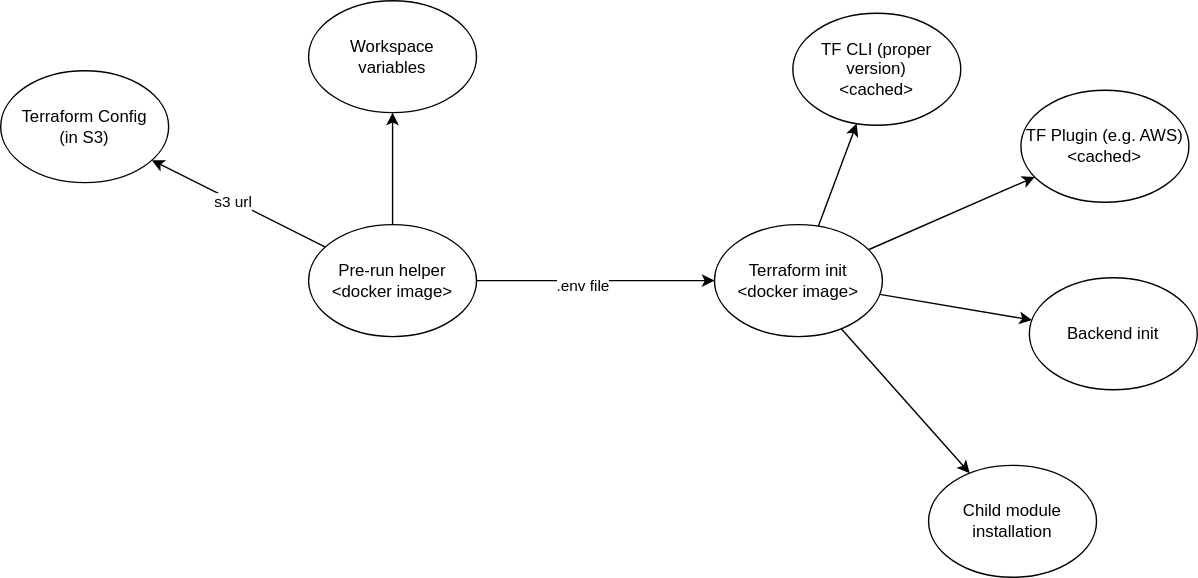
Before: design.drawio.svg, a diagram exported from draw.io (tbriot/tfc-clone). Source tidied: cells renumbered, new cells last; positions are measured from the earlier drawing's top-left corner, leaving out a move shared by most shapes. The source it was exported from:
```xml
<mxGraphModel>
  <root>
    <mxCell id="0" />
    <mxCell id="1" parent="0" />
    <mxCell id="2" style="edgeStyle=none;html=1;" parent="1" edge="1" source="6" target="15">
      <mxGeometry relative="1" as="geometry" />
    </mxCell>
    <mxCell id="3" style="edgeStyle=none;html=1;" parent="1" edge="1" source="6" target="16">
      <mxGeometry relative="1" as="geometry" />
    </mxCell>
    <mxCell id="4" style="edgeStyle=none;html=1;" parent="1" edge="1" source="6" target="17">
      <mxGeometry relative="1" as="geometry" />
    </mxCell>
    <mxCell id="5" style="edgeStyle=none;html=1;" parent="1" edge="1" source="6" target="18">
      <mxGeometry relative="1" as="geometry" />
    </mxCell>
    <mxCell id="6" value="Terraform init&lt;br&gt;&amp;lt;docker image&amp;gt;" style="ellipse;whiteSpace=wrap;html=1;" parent="1" vertex="1">
      <mxGeometry x="510" y="160" width="120" height="80" as="geometry" />
    </mxCell>
    <mxCell id="7" style="edgeStyle=none;html=1;" parent="1" edge="1" source="12" target="13">
      <mxGeometry relative="1" as="geometry" />
    </mxCell>
    <mxCell id="8" style="edgeStyle=none;html=1;" parent="1" edge="1" source="12" target="14">
      <mxGeometry relative="1" as="geometry" />
    </mxCell>
    <mxCell id="9" value="s3 url" style="edgeLabel;html=1;align=center;verticalAlign=middle;" parent="8" vertex="1">
      <mxGeometry x="0.06" y="1" relative="1" as="geometry" />
    </mxCell>
    <mxCell id="10" style="edgeStyle=none;html=1;entryX=0;entryY=0.5;entryDx=0;entryDy=0;" parent="1" edge="1" source="12" target="6">
      <mxGeometry relative="1" as="geometry" />
    </mxCell>
    <mxCell id="11" value=".env file" style="edgeLabel;html=1;align=center;verticalAlign=middle;" parent="10" vertex="1">
      <mxGeometry x="-0.11" y="-3" relative="1" as="geometry" />
    </mxCell>
    <mxCell id="12" value="Pre-run helper&lt;br&gt;&amp;lt;docker image&amp;gt;" style="ellipse;whiteSpace=wrap;html=1;" parent="1" vertex="1">
      <mxGeometry x="220" y="160" width="120" height="80" as="geometry" />
    </mxCell>
    <mxCell id="13" value="Workspace&lt;br&gt;variables" style="ellipse;whiteSpace=wrap;html=1;" parent="1" vertex="1">
      <mxGeometry x="220" width="120" height="80" as="geometry" />
    </mxCell>
    <mxCell id="14" value="Terraform Config&lt;br&gt;(in S3)" style="ellipse;whiteSpace=wrap;html=1;" parent="1" vertex="1">
      <mxGeometry y="50" width="120" height="80" as="geometry" />
    </mxCell>
    <mxCell id="15" value="TF Plugin (e.g. AWS)&lt;br&gt;&amp;lt;cached&amp;gt;" style="ellipse;whiteSpace=wrap;html=1;" parent="1" vertex="1">
      <mxGeometry x="729" y="64" width="120" height="80" as="geometry" />
    </mxCell>
    <mxCell id="16" value="TF CLI (proper version)&lt;br&gt;&amp;lt;cached&amp;gt;" style="ellipse;whiteSpace=wrap;html=1;" parent="1" vertex="1">
      <mxGeometry x="566" y="9" width="120" height="80" as="geometry" />
    </mxCell>
    <mxCell id="17" value="Backend init" style="ellipse;whiteSpace=wrap;html=1;" parent="1" vertex="1">
      <mxGeometry x="735" y="198" width="120" height="80" as="geometry" />
    </mxCell>
    <mxCell id="18" value="Child module installation" style="ellipse;whiteSpace=wrap;html=1;" parent="1" vertex="1">
      <mxGeometry x="663" y="332" width="120" height="80" as="geometry" />
    </mxCell>
  </root>
</mxGraphModel>
```
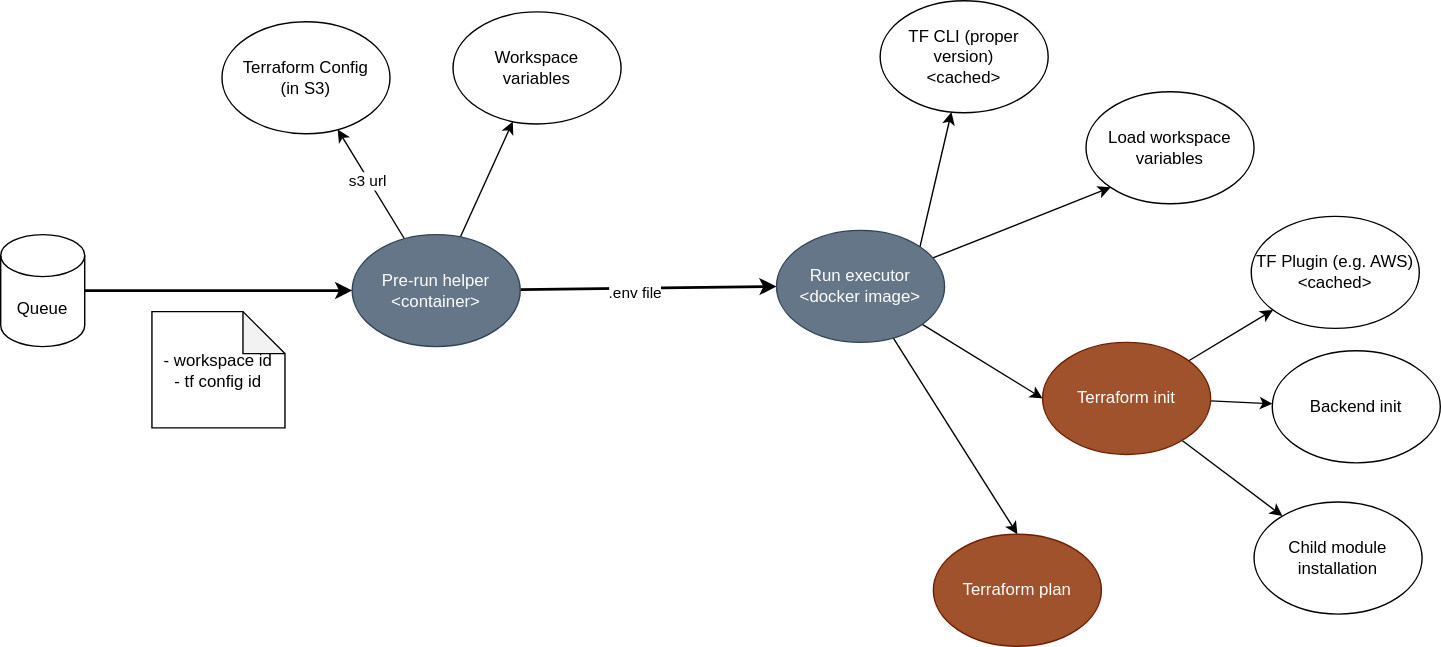
Above is the later version.

Commit message:
Update design graph with messaging details

Diff of the diagram source:
```diff
@@ -5,7 +5,7 @@
     <mxCell id="2" style="edgeStyle=none;html=1;" parent="1" edge="1" source="6" target="15">
       <mxGeometry relative="1" as="geometry" />
     </mxCell>
-    <mxCell id="3" style="edgeStyle=none;html=1;" parent="1" edge="1" source="6" target="16">
+    <mxCell id="3" style="edgeStyle=none;html=1;exitX=1;exitY=0;exitDx=0;exitDy=0;" parent="1" edge="1" source="22" target="16">
       <mxGeometry relative="1" as="geometry" />
     </mxCell>
     <mxCell id="4" style="edgeStyle=none;html=1;" parent="1" edge="1" source="6" target="17">
@@ -14,8 +14,8 @@
     <mxCell id="5" style="edgeStyle=none;html=1;" parent="1" edge="1" source="6" target="18">
       <mxGeometry relative="1" as="geometry" />
     </mxCell>
-    <mxCell id="6" value="Terraform init&lt;br&gt;&amp;lt;docker image&amp;gt;" style="ellipse;whiteSpace=wrap;html=1;" parent="1" vertex="1">
-      <mxGeometry x="510" y="160" width="120" height="80" as="geometry" />
+    <mxCell id="6" value="Terraform init" style="ellipse;whiteSpace=wrap;html=1;fillColor=#a0522d;fontColor=#ffffff;strokeColor=#6D1F00;" parent="1" vertex="1">
+      <mxGeometry x="713" y="237" width="120" height="80" as="geometry" />
     </mxCell>
     <mxCell id="7" style="edgeStyle=none;html=1;" parent="1" edge="1" source="12" target="13">
       <mxGeometry relative="1" as="geometry" />
@@ -26,32 +26,59 @@
     <mxCell id="9" value="s3 url" style="edgeLabel;html=1;align=center;verticalAlign=middle;" parent="8" vertex="1">
       <mxGeometry x="0.06" y="1" relative="1" as="geometry" />
     </mxCell>
-    <mxCell id="10" style="edgeStyle=none;html=1;entryX=0;entryY=0.5;entryDx=0;entryDy=0;" parent="1" edge="1" source="12" target="6">
+    <mxCell id="10" style="edgeStyle=none;html=1;entryX=0;entryY=0.5;entryDx=0;entryDy=0;strokeWidth=2;" parent="1" edge="1" source="12" target="22">
       <mxGeometry relative="1" as="geometry" />
     </mxCell>
     <mxCell id="11" value=".env file" style="edgeLabel;html=1;align=center;verticalAlign=middle;" parent="10" vertex="1">
       <mxGeometry x="-0.11" y="-3" relative="1" as="geometry" />
     </mxCell>
-    <mxCell id="12" value="Pre-run helper&lt;br&gt;&amp;lt;docker image&amp;gt;" style="ellipse;whiteSpace=wrap;html=1;" parent="1" vertex="1">
+    <mxCell id="12" value="Pre-run helper&lt;br&gt;&amp;lt;container&amp;gt;" style="ellipse;whiteSpace=wrap;html=1;fillColor=#647687;fontColor=#ffffff;strokeColor=#314354;" parent="1" vertex="1">
       <mxGeometry x="220" y="160" width="120" height="80" as="geometry" />
     </mxCell>
     <mxCell id="13" value="Workspace&lt;br&gt;variables" style="ellipse;whiteSpace=wrap;html=1;" parent="1" vertex="1">
-      <mxGeometry x="220" width="120" height="80" as="geometry" />
+      <mxGeometry x="292" y="1" width="120" height="80" as="geometry" />
     </mxCell>
     <mxCell id="14" value="Terraform Config&lt;br&gt;(in S3)" style="ellipse;whiteSpace=wrap;html=1;" parent="1" vertex="1">
-      <mxGeometry y="50" width="120" height="80" as="geometry" />
+      <mxGeometry x="127" y="8" width="120" height="80" as="geometry" />
     </mxCell>
     <mxCell id="15" value="TF Plugin (e.g. AWS)&lt;br&gt;&amp;lt;cached&amp;gt;" style="ellipse;whiteSpace=wrap;html=1;" parent="1" vertex="1">
-      <mxGeometry x="729" y="64" width="120" height="80" as="geometry" />
+      <mxGeometry x="862" y="147" width="120" height="80" as="geometry" />
     </mxCell>
     <mxCell id="16" value="TF CLI (proper version)&lt;br&gt;&amp;lt;cached&amp;gt;" style="ellipse;whiteSpace=wrap;html=1;" parent="1" vertex="1">
-      <mxGeometry x="566" y="9" width="120" height="80" as="geometry" />
+      <mxGeometry x="597" y="-7" width="120" height="80" as="geometry" />
     </mxCell>
     <mxCell id="17" value="Backend init" style="ellipse;whiteSpace=wrap;html=1;" parent="1" vertex="1">
-      <mxGeometry x="735" y="198" width="120" height="80" as="geometry" />
+      <mxGeometry x="877" y="243" width="120" height="80" as="geometry" />
     </mxCell>
     <mxCell id="18" value="Child module installation" style="ellipse;whiteSpace=wrap;html=1;" parent="1" vertex="1">
-      <mxGeometry x="663" y="332" width="120" height="80" as="geometry" />
+      <mxGeometry x="864" y="351" width="120" height="80" as="geometry" />
     </mxCell>
+    <mxCell id="19" style="edgeStyle=none;html=1;entryX=0;entryY=0.5;entryDx=0;entryDy=0;" parent="1" edge="1" source="22" target="6">
+      <mxGeometry relative="1" as="geometry" />
+    </mxCell>
+    <mxCell id="20" style="edgeStyle=none;html=1;entryX=0.5;entryY=0;entryDx=0;entryDy=0;" parent="1" edge="1" source="22" target="23">
+      <mxGeometry relative="1" as="geometry" />
+    </mxCell>
+    <mxCell id="21" style="edgeStyle=none;html=1;entryX=0;entryY=1;entryDx=0;entryDy=0;" parent="1" edge="1" source="22" target="24">
+      <mxGeometry relative="1" as="geometry" />
+    </mxCell>
+    <mxCell id="22" value="Run executor&lt;br&gt;&amp;lt;docker image&amp;gt;" style="ellipse;whiteSpace=wrap;html=1;fillColor=#647687;fontColor=#ffffff;strokeColor=#314354;" parent="1" vertex="1">
+      <mxGeometry x="523" y="157" width="120" height="80" as="geometry" />
+    </mxCell>
+    <mxCell id="23" value="Terraform plan" style="ellipse;whiteSpace=wrap;html=1;fillColor=#a0522d;fontColor=#ffffff;strokeColor=#6D1F00;" parent="1" vertex="1">
+      <mxGeometry x="635" y="374" width="120" height="80" as="geometry" />
+    </mxCell>
+    <mxCell id="24" value="Load workspace&lt;br&gt;variables" style="ellipse;whiteSpace=wrap;html=1;" parent="1" vertex="1">
+      <mxGeometry x="744" y="58" width="120" height="80" as="geometry" />
+    </mxCell>
+    <mxCell id="25" style="edgeStyle=none;html=1;entryX=0;entryY=0.5;entryDx=0;entryDy=0;strokeWidth=2;" parent="1" edge="1" source="26" target="12">
+      <mxGeometry relative="1" as="geometry" />
+    </mxCell>
+    <mxCell id="26" value="Queue" style="shape=cylinder3;whiteSpace=wrap;html=1;boundedLbl=1;backgroundOutline=1;size=15;" parent="1" vertex="1">
+      <mxGeometry x="-31" y="160" width="60" height="80" as="geometry" />
+    </mxCell>
+    <mxCell id="27" value="- workspace id&lt;br&gt;- tf config id" style="shape=note;whiteSpace=wrap;html=1;backgroundOutline=1;darkOpacity=0.05;" parent="1" vertex="1">
+      <mxGeometry x="77" y="215" width="95" height="83" as="geometry" />
+    </mxCell>
   </root>
 </mxGraphModel>
```
